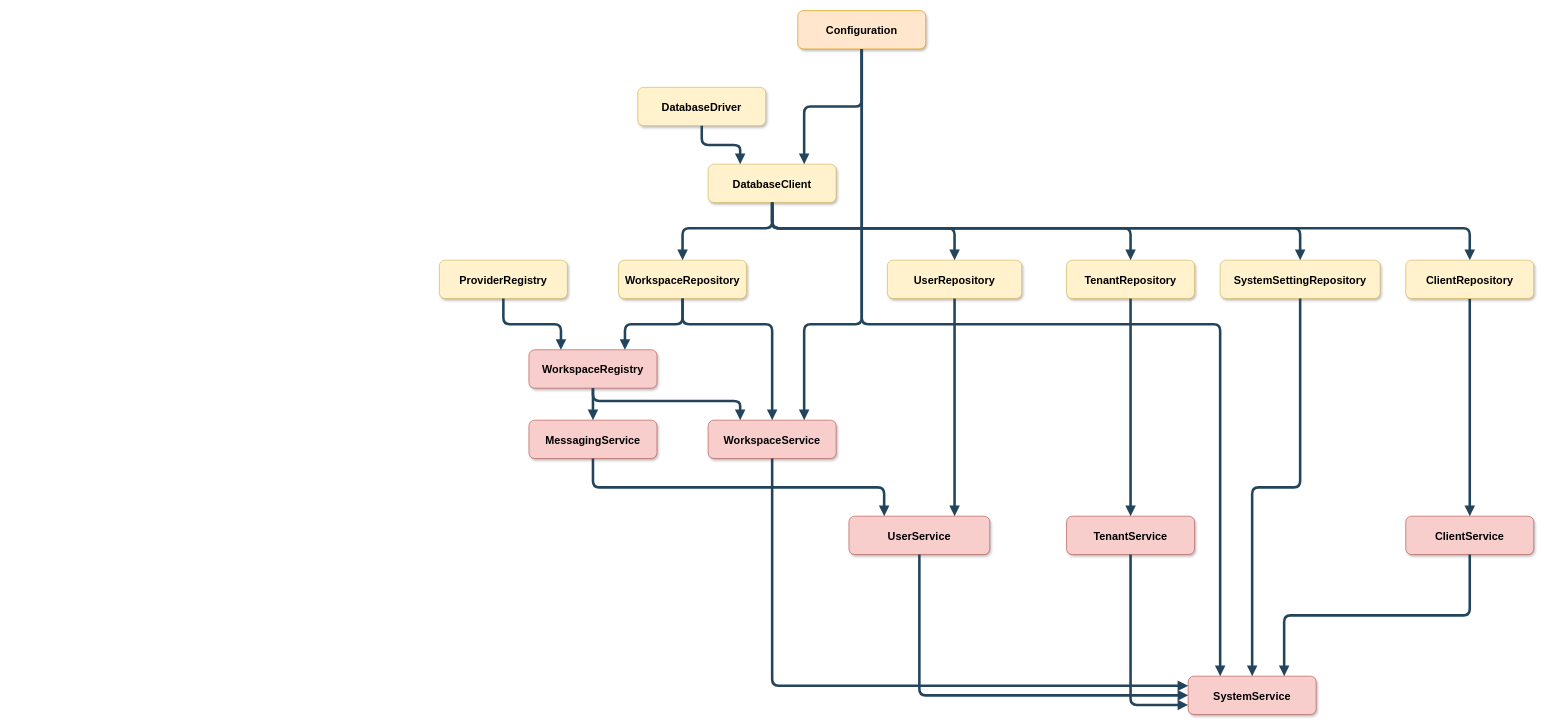
Before: docs/dependency-graph.drawio in zcomplex/zauth, a draw.io diagram. Source tidied: cells renumbered, new cells numbered last; positions are measured from the earlier drawing's top-left corner, leaving out a move shared by most shapes. Both pictures are drawn from the tidied source at 64%, with x=0, y=0 at pixel (439, 10).
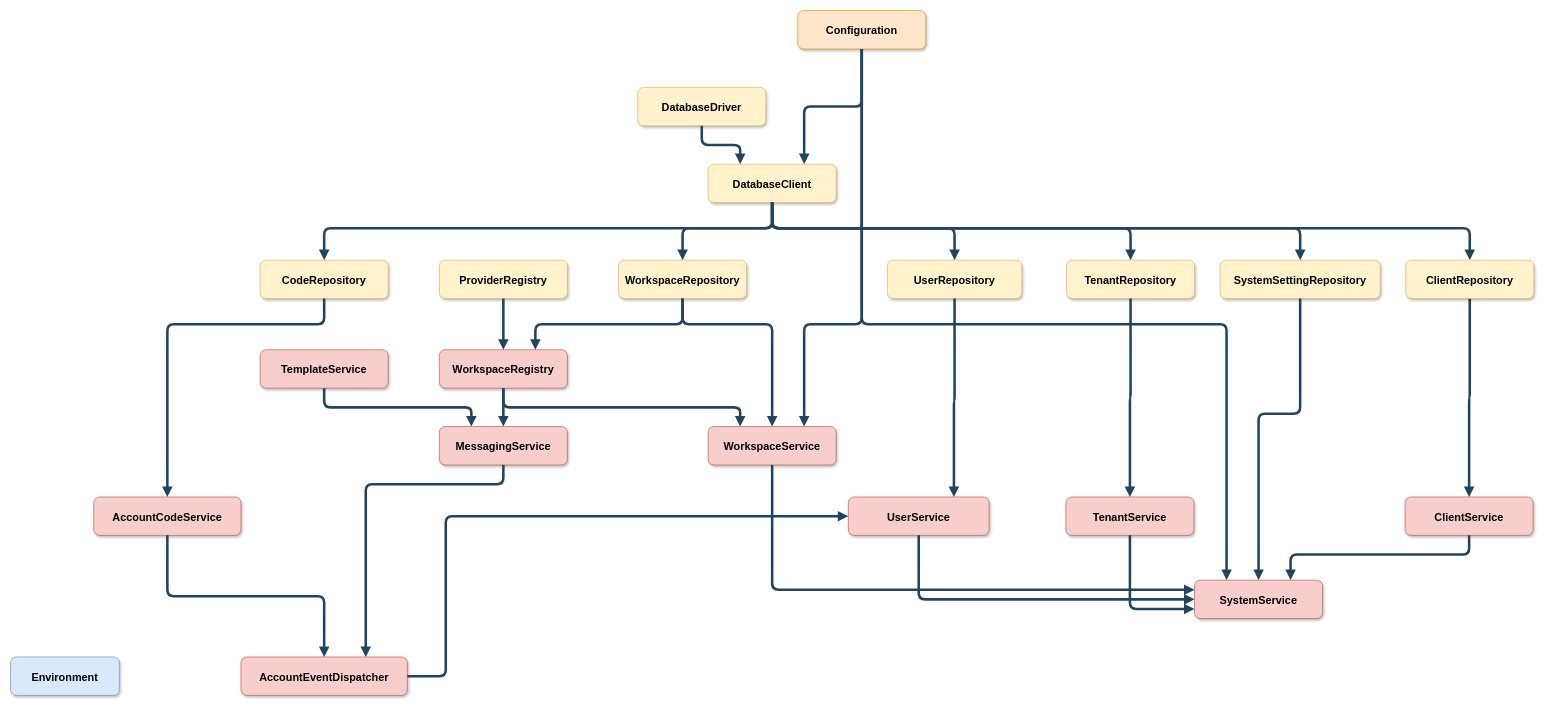
After the change.

The change refers to these unchanged cells:
```xml
<mxCell id="8" value="DatabaseClient" style="rounded=1;fillColor=#fff2cc;strokeColor=#d6b656;shadow=1;fontStyle=1;fontSize=17;" parent="1" vertex="1">
  <mxGeometry x="420" y="240" width="200" height="60" as="geometry" />
</mxCell>
<mxCell id="17" value="ProviderRegistry" style="rounded=1;fillColor=#fff2cc;strokeColor=#d6b656;shadow=1;fontStyle=1;fontSize=17;" parent="1" vertex="1">
  <mxGeometry y="390" width="200" height="60" as="geometry" />
</mxCell>
<mxCell id="27" value="SystemSettingRepository" style="rounded=1;fillColor=#fff2cc;strokeColor=#d6b656;shadow=1;fontStyle=1;fontSize=17;" parent="1" vertex="1">
  <mxGeometry x="1220" y="390" width="250" height="60" as="geometry" />
</mxCell>
```

What changed in the source:
```diff
@@
     <mxCell id="3" value="WorkspaceRegistry" style="rounded=1;fillColor=#f8cecc;strokeColor=#b85450;shadow=1;fontStyle=1;fontSize=17;" parent="1" vertex="1">
-      <mxGeometry x="140" y="530" width="200" height="60" as="geometry" />
+      <mxGeometry y="530" width="200" height="60" as="geometry" />
     </mxCell>
     <mxCell id="4" value="MessagingService" style="rounded=1;fillColor=#f8cecc;strokeColor=#b85450;shadow=1;fontStyle=1;fontSize=17;" parent="1" vertex="1">
-      <mxGeometry x="140" y="640" width="200" height="60" as="geometry" />
+      <mxGeometry y="650" width="200" height="60" as="geometry" />
     </mxCell>
@@
     <mxCell id="12" value="UserService" style="rounded=1;fillColor=#f8cecc;strokeColor=#b85450;shadow=1;fontStyle=1;fontSize=17;" parent="1" vertex="1">
-      <mxGeometry x="640" y="790" width="220" height="60" as="geometry" />
+      <mxGeometry x="639" y="760" width="220" height="60" as="geometry" />
     </mxCell>
-    <mxCell id="13" style="edgeStyle=elbowEdgeStyle;elbow=vertical;strokeWidth=4;endArrow=block;endFill=1;fontStyle=1;strokeColor=#23445D;exitX=0.5;exitY=1;exitDx=0;exitDy=0;entryX=0.25;entryY=0;entryDx=0;entryDy=0;fontSize=17;" parent="1" edge="1" source="4" target="12">
-      <mxGeometry x="22" y="165.5" as="geometry" />
+    <mxCell id="13" style="edgeStyle=elbowEdgeStyle;elbow=vertical;strokeWidth=4;endArrow=block;endFill=1;fontStyle=1;strokeColor=#23445D;exitX=0.5;exitY=1;exitDx=0;exitDy=0;fontSize=17;entryX=0.75;entryY=0;entryDx=0;entryDy=0;" parent="1" edge="1" source="4" target="44">
+      <mxGeometry x="22" y="165.5" as="geometry">
+        <Array as="points">
+          <mxPoint x="-10" y="740" />
+        </Array>
+      </mxGeometry>
     </mxCell>
@@
-    <mxCell id="18" style="edgeStyle=elbowEdgeStyle;elbow=vertical;strokeWidth=4;endArrow=block;endFill=1;fontStyle=1;strokeColor=#23445D;exitX=0.5;exitY=1;exitDx=0;exitDy=0;entryX=0.25;entryY=0;entryDx=0;entryDy=0;fontSize=17;" parent="1" edge="1" source="17" target="3">
+    <mxCell id="18" style="edgeStyle=elbowEdgeStyle;elbow=vertical;strokeWidth=4;endArrow=block;endFill=1;fontStyle=1;strokeColor=#23445D;exitX=0.5;exitY=1;exitDx=0;exitDy=0;entryX=0.5;entryY=0;entryDx=0;entryDy=0;fontSize=17;" parent="1" edge="1" source="17" target="3">
       <mxGeometry x="22" y="165.5" as="geometry" />
     </mxCell>
@@
     <mxCell id="23" value="TenantService" style="rounded=1;fillColor=#f8cecc;strokeColor=#b85450;shadow=1;fontStyle=1;fontSize=17;" parent="1" vertex="1">
-      <mxGeometry x="980" y="790" width="200" height="60" as="geometry" />
+      <mxGeometry x="979" y="760" width="200" height="60" as="geometry" />
     </mxCell>
@@
     <mxCell id="26" value="SystemService" style="rounded=1;fillColor=#f8cecc;strokeColor=#b85450;shadow=1;fontStyle=1;fontSize=17;" parent="1" vertex="1">
-      <mxGeometry x="1170" y="1040" width="200" height="60" as="geometry" />
+      <mxGeometry x="1180" y="890" width="200" height="60" as="geometry" />
     </mxCell>
@@
     <mxCell id="28" style="edgeStyle=elbowEdgeStyle;elbow=vertical;strokeWidth=4;endArrow=block;endFill=1;fontStyle=1;strokeColor=#23445D;exitX=0.5;exitY=1;exitDx=0;exitDy=0;entryX=0;entryY=0.75;entryDx=0;entryDy=0;fontSize=17;" parent="1" edge="1" source="23" target="26">
       <mxGeometry x="22" y="165.5" as="geometry">
         <Array as="points">
-          <mxPoint x="1120" y="1085" />
+          <mxPoint x="1140" y="935" />
         </Array>
       </mxGeometry>
     </mxCell>
     <mxCell id="29" style="edgeStyle=elbowEdgeStyle;elbow=vertical;strokeWidth=4;endArrow=block;endFill=1;fontStyle=1;strokeColor=#23445D;exitX=0.5;exitY=1;exitDx=0;exitDy=0;entryX=0.5;entryY=0;entryDx=0;entryDy=0;fontSize=17;" parent="1" edge="1" source="27" target="26">
-      <mxGeometry x="22" y="165.5" as="geometry" />
+      <mxGeometry x="22" y="165.5" as="geometry">
+        <Array as="points">
+          <mxPoint x="1320" y="630" />
+        </Array>
+      </mxGeometry>
     </mxCell>
     <mxCell id="30" value="WorkspaceService" style="rounded=1;fillColor=#f8cecc;strokeColor=#b85450;shadow=1;fontStyle=1;fontSize=17;" parent="1" vertex="1">
-      <mxGeometry x="420" y="640" width="200" height="60" as="geometry" />
+      <mxGeometry x="420" y="650" width="200" height="60" as="geometry" />
     </mxCell>
-    <mxCell id="31" style="edgeStyle=elbowEdgeStyle;elbow=vertical;strokeWidth=4;endArrow=block;endFill=1;fontStyle=1;strokeColor=#23445D;exitX=0.5;exitY=1;exitDx=0;exitDy=0;entryX=0;entryY=0.25;entryDx=0;entryDy=0;fontSize=17;" parent="1" edge="1" source="30" target="26">
+    <mxCell id="31" style="edgeStyle=elbowEdgeStyle;elbow=vertical;strokeWidth=4;endArrow=block;endFill=1;fontStyle=1;strokeColor=#23445D;exitX=0.5;exitY=1;exitDx=0;exitDy=0;fontSize=17;entryX=0;entryY=0.25;entryDx=0;entryDy=0;" parent="1" edge="1" source="30" target="26">
       <mxGeometry x="22" y="165.5" as="geometry">
         <Array as="points">
-          <mxPoint x="900" y="1055" />
+          <mxPoint x="850" y="905" />
         </Array>
       </mxGeometry>
     </mxCell>
@@
     <mxCell id="33" value="ClientService" style="rounded=1;fillColor=#f8cecc;strokeColor=#b85450;shadow=1;fontStyle=1;fontSize=17;" parent="1" vertex="1">
-      <mxGeometry x="1510" y="790" width="200" height="60" as="geometry" />
+      <mxGeometry x="1509" y="760" width="200" height="60" as="geometry" />
     </mxCell>
@@
     <mxCell id="35" style="edgeStyle=elbowEdgeStyle;elbow=vertical;strokeWidth=4;endArrow=block;endFill=1;fontStyle=1;strokeColor=#23445D;exitX=0.5;exitY=1;exitDx=0;exitDy=0;entryX=0.75;entryY=0;entryDx=0;entryDy=0;fontSize=17;" parent="1" edge="1" source="33" target="26">
-      <mxGeometry x="22" y="165.5" as="geometry" />
+      <mxGeometry x="22" y="165.5" as="geometry">
+        <Array as="points">
+          <mxPoint x="1460" y="850" />
+        </Array>
+      </mxGeometry>
     </mxCell>
     <mxCell id="36" style="edgeStyle=elbowEdgeStyle;elbow=vertical;strokeWidth=4;endArrow=block;endFill=1;fontStyle=1;strokeColor=#23445D;entryX=0;entryY=0.5;entryDx=0;entryDy=0;exitX=0.5;exitY=1;exitDx=0;exitDy=0;fontSize=17;" parent="1" edge="1" source="12" target="26">
       <mxGeometry x="22" y="165.5" as="geometry">
         <Array as="points">
-          <mxPoint x="1090" y="1070" />
+          <mxPoint x="970" y="920" />
         </Array>
       </mxGeometry>
     </mxCell>
@@
     <mxCell id="41" style="edgeStyle=elbowEdgeStyle;elbow=vertical;strokeWidth=4;endArrow=block;endFill=1;fontStyle=1;strokeColor=#23445D;exitX=0.5;exitY=1;exitDx=0;exitDy=0;entryX=0.25;entryY=0;entryDx=0;entryDy=0;fontSize=17;" parent="1" edge="1" source="3" target="30">
       <mxGeometry x="22" y="165.5" as="geometry">
         <Array as="points">
-          <mxPoint x="360" y="610" />
+          <mxPoint x="280" y="620" />
         </Array>
       </mxGeometry>
     </mxCell>
+    <mxCell id="42" value="TemplateService" style="rounded=1;fillColor=#f8cecc;strokeColor=#b85450;shadow=1;fontStyle=1;fontSize=17;" parent="1" vertex="1">
+      <mxGeometry x="-280" y="530" width="200" height="60" as="geometry" />
+    </mxCell>
+    <mxCell id="43" style="edgeStyle=elbowEdgeStyle;elbow=vertical;strokeWidth=4;endArrow=block;endFill=1;fontStyle=1;strokeColor=#23445D;exitX=0.5;exitY=1;exitDx=0;exitDy=0;entryX=0.25;entryY=0;entryDx=0;entryDy=0;fontSize=17;" parent="1" edge="1" source="42" target="4">
+      <mxGeometry x="22" y="165.5" as="geometry">
+        <Array as="points">
+          <mxPoint x="-70" y="620" />
+        </Array>
+      </mxGeometry>
+    </mxCell>
+    <mxCell id="44" value="AccountEventDispatcher" style="rounded=1;fillColor=#f8cecc;strokeColor=#b85450;shadow=1;fontStyle=1;fontSize=17;" parent="1" vertex="1">
+      <mxGeometry x="-310" y="1010" width="260" height="60" as="geometry" />
+    </mxCell>
+    <mxCell id="45" value="AccountCodeService" style="rounded=1;fillColor=#f8cecc;strokeColor=#b85450;shadow=1;fontStyle=1;fontSize=17;" parent="1" vertex="1">
+      <mxGeometry x="-540" y="760" width="230" height="60" as="geometry" />
+    </mxCell>
+    <mxCell id="46" style="edgeStyle=elbowEdgeStyle;elbow=vertical;strokeWidth=4;endArrow=block;endFill=1;fontStyle=1;strokeColor=#23445D;entryX=0.5;entryY=0;entryDx=0;entryDy=0;exitX=0.5;exitY=1;exitDx=0;exitDy=0;fontSize=17;" parent="1" edge="1" source="45" target="44">
+      <mxGeometry x="22" y="165.5" as="geometry" />
+    </mxCell>
+    <mxCell id="47" value="CodeRepository" style="rounded=1;fillColor=#fff2cc;strokeColor=#d6b656;shadow=1;fontStyle=1;fontSize=17;" parent="1" vertex="1">
+      <mxGeometry x="-280" y="390" width="200" height="60" as="geometry" />
+    </mxCell>
+    <mxCell id="48" style="edgeStyle=elbowEdgeStyle;elbow=vertical;strokeWidth=4;endArrow=block;endFill=1;fontStyle=1;strokeColor=#23445D;entryX=0.5;entryY=0;entryDx=0;entryDy=0;exitX=0.5;exitY=1;exitDx=0;exitDy=0;fontSize=17;" parent="1" edge="1" source="47" target="45">
+      <mxGeometry x="22" y="165.5" as="geometry">
+        <Array as="points">
+          <mxPoint x="-300" y="490" />
+        </Array>
+      </mxGeometry>
+    </mxCell>
+    <mxCell id="49" style="edgeStyle=elbowEdgeStyle;elbow=vertical;strokeWidth=4;endArrow=block;endFill=1;fontStyle=1;strokeColor=#23445D;entryX=0.5;entryY=0;entryDx=0;entryDy=0;exitX=0.5;exitY=1;exitDx=0;exitDy=0;fontSize=17;" parent="1" edge="1" source="8" target="47">
+      <mxGeometry x="22" y="165.5" as="geometry">
+        <Array as="points">
+          <mxPoint x="150" y="340" />
+        </Array>
+      </mxGeometry>
+    </mxCell>
+    <mxCell id="50" style="edgeStyle=elbowEdgeStyle;strokeWidth=4;endArrow=block;endFill=1;fontStyle=1;strokeColor=#23445D;exitX=1;exitY=0.5;exitDx=0;exitDy=0;entryX=0;entryY=0.5;entryDx=0;entryDy=0;fontSize=17;" parent="1" edge="1" source="44" target="12">
+      <mxGeometry x="22" y="165.5" as="geometry">
+        <Array as="points">
+          <mxPoint x="10" y="900" />
+        </Array>
+      </mxGeometry>
+    </mxCell>
+    <mxCell id="51" value="Environment" style="rounded=1;fillColor=#dae8fc;strokeColor=#6c8ebf;shadow=1;fontStyle=1;fontSize=17;" parent="1" vertex="1">
+      <mxGeometry x="-670" y="1010" width="170" height="60" as="geometry" />
+    </mxCell>
```
